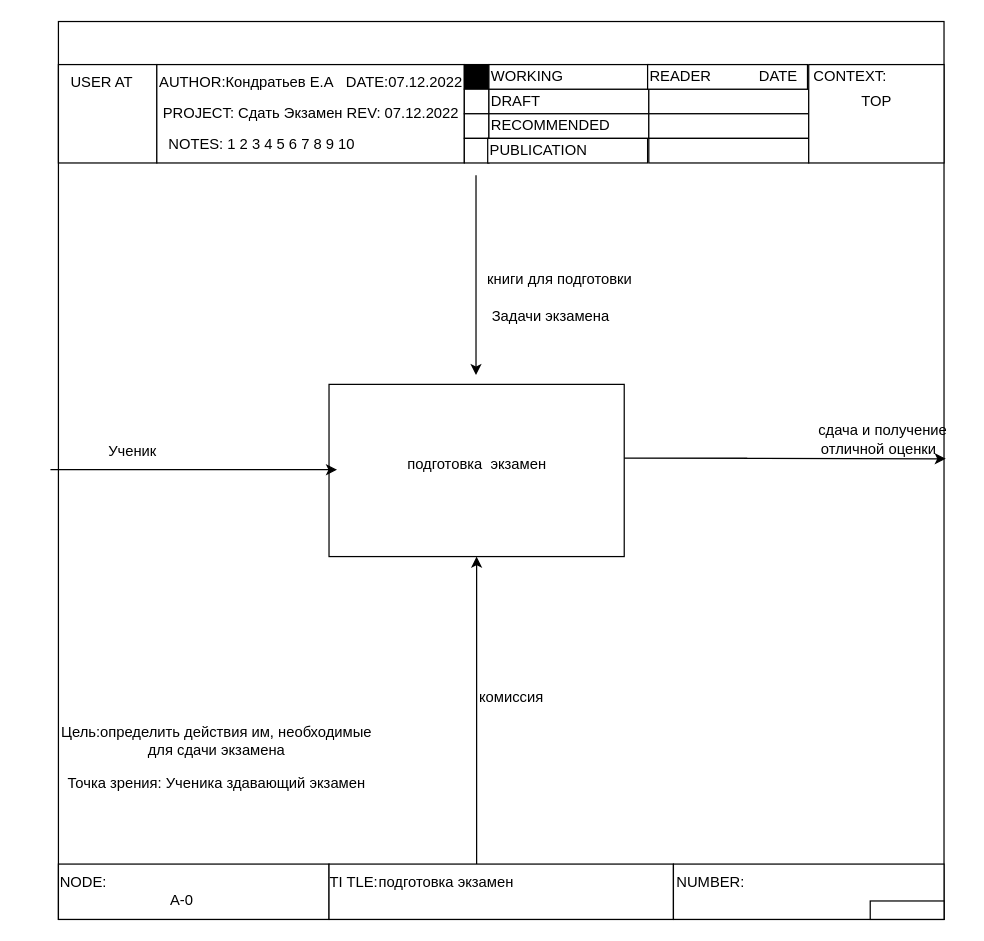
This is page "Страница 1" (1 of 3) of Диаграз названия.drawio from Ev0or/dontTouch, a draw.io file, before an edit. Source tidied: cells renumbered, new cells numbered last; positions are measured from the earlier drawing's top-left corner, leaving out a move shared by most shapes. Both pictures are drawn from the tidied source at 123%, with x=0, y=0 at pixel (46, 21).
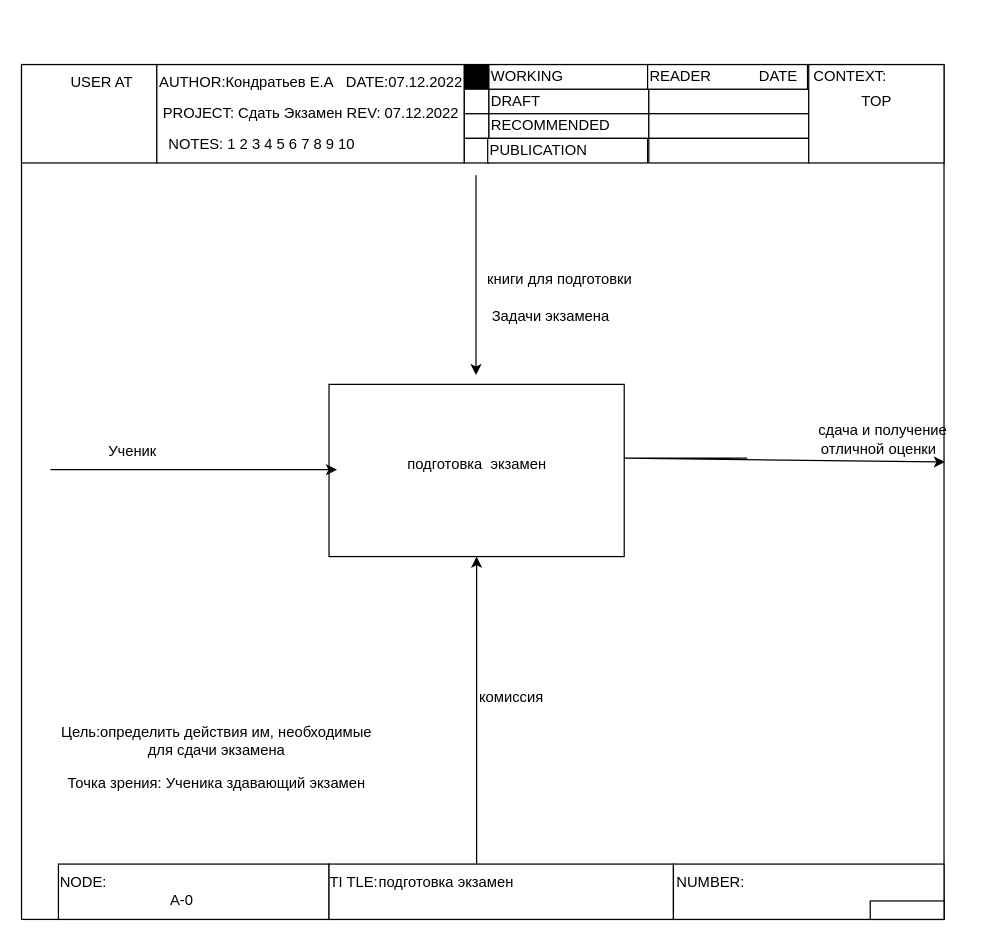
Above is the later version.

What changed in the source:
```diff
@@
     <mxCell id="2" style="rounded=0;whiteSpace=wrap;html=1;" parent="1" vertex="1">
-      <mxGeometry x="10" width="720" height="730" as="geometry" />
+      <mxGeometry x="-20" y="35" width="750" height="695" as="geometry" />
     </mxCell>
     <mxCell id="3" style="rounded=0;whiteSpace=wrap;html=1;" parent="1" vertex="1">
-      <mxGeometry x="10" y="35" width="80" height="80" as="geometry" />
+      <mxGeometry x="-20" y="35" width="110" height="80" as="geometry" />
     </mxCell>
@@
-    <mxCell id="28" style="endArrow=classic;html=1;rounded=0;entryX=1.002;entryY=0.487;entryDx=0;entryDy=0;entryPerimeter=0;" parent="1" edge="1" target="2">
+    <mxCell id="28" style="endArrow=classic;html=1;rounded=0;entryX=1.001;entryY=0.465;entryDx=0;entryDy=0;entryPerimeter=0;" parent="1" edge="1" target="2">
       <mxGeometry relative="1" as="geometry">
         <mxPoint x="570" y="355" as="sourcePoint" />
         <Array as="points">
           <mxPoint x="470" y="355" />
         </Array>
       </mxGeometry>
     </mxCell>
```
